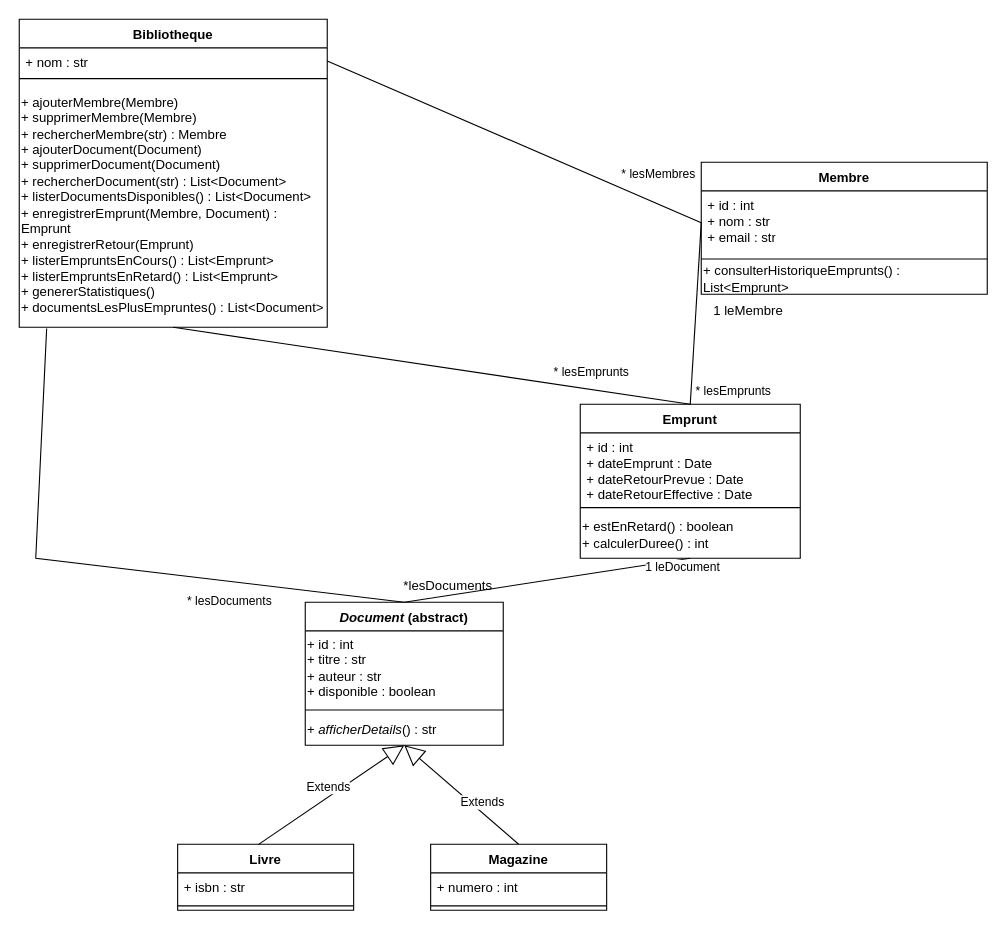
Earlier version of the draw.io diagram ClassModel.drawio (PierreBadelek/Projet-POO-Bibliotheque). Source tidied: cells renumbered, new cells numbered last; positions are measured from the earlier drawing's top-left corner, leaving out a move shared by most shapes. Both pictures are drawn from the tidied source at 110%, with x=0, y=0 at pixel (19, 19).
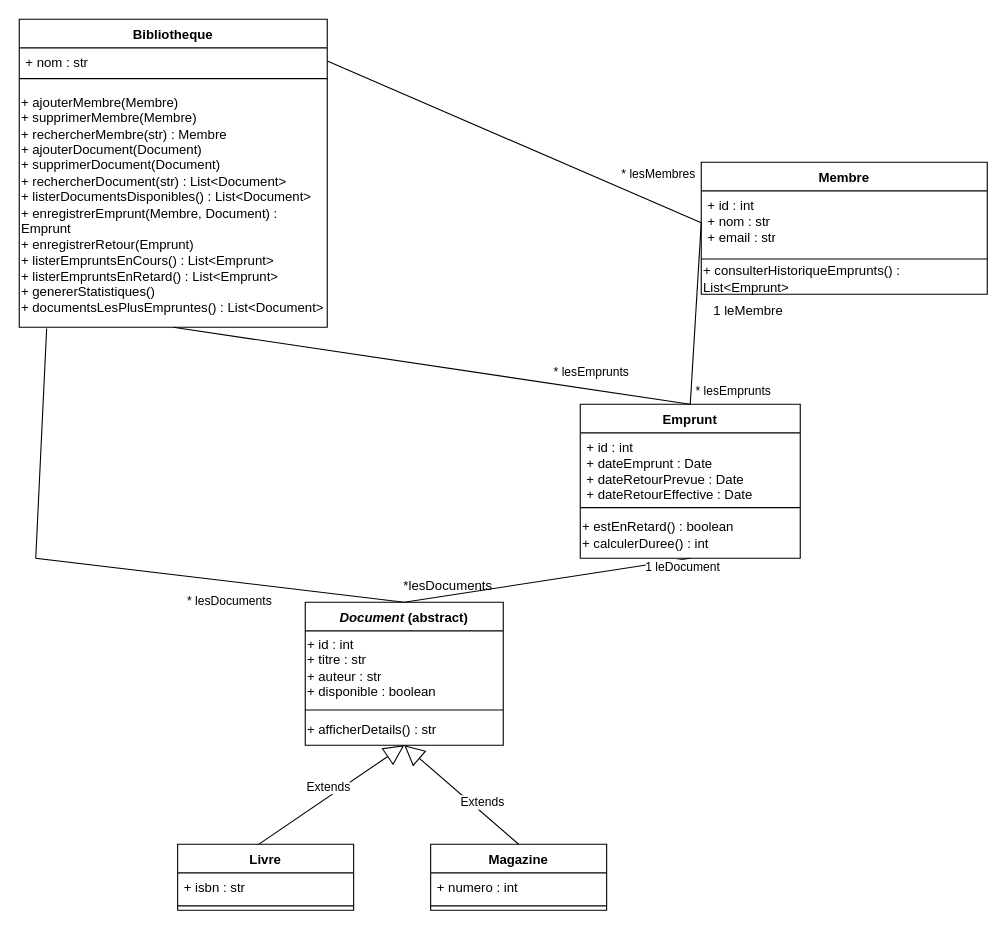
The same page after the edit.

Commit message (it also covers changes not shown here):
mise à jour model de donnée .drawio et les class java

Unchanged cells that the change refers to:
```xml
<mxCell id="6" value="&lt;i&gt;Document&lt;/i&gt; (abstract)" style="swimlane;fontStyle=1;align=center;verticalAlign=top;horizontal=1;startSize=26;whiteSpace=wrap;html=1;rounded=0;gradientColor=none;" parent="1" vertex="1">
  <mxGeometry x="260" y="530" width="180" height="130" as="geometry" />
</mxCell>
```

Change to the diagram source:
```diff
@@
-    <mxCell id="9" value="+ &lt;i&gt;afficherDetails&lt;/i&gt;() : str" style="text;html=1;whiteSpace=wrap;strokeColor=none;fillColor=none;align=left;verticalAlign=middle;rounded=0;" parent="6" vertex="1">
+    <mxCell id="9" value="+ afficherDetails() : str" style="text;html=1;whiteSpace=wrap;strokeColor=none;fillColor=none;align=left;verticalAlign=middle;rounded=0;" parent="6" vertex="1">
       <mxGeometry y="102" width="180" height="28" as="geometry" />
     </mxCell>
```
